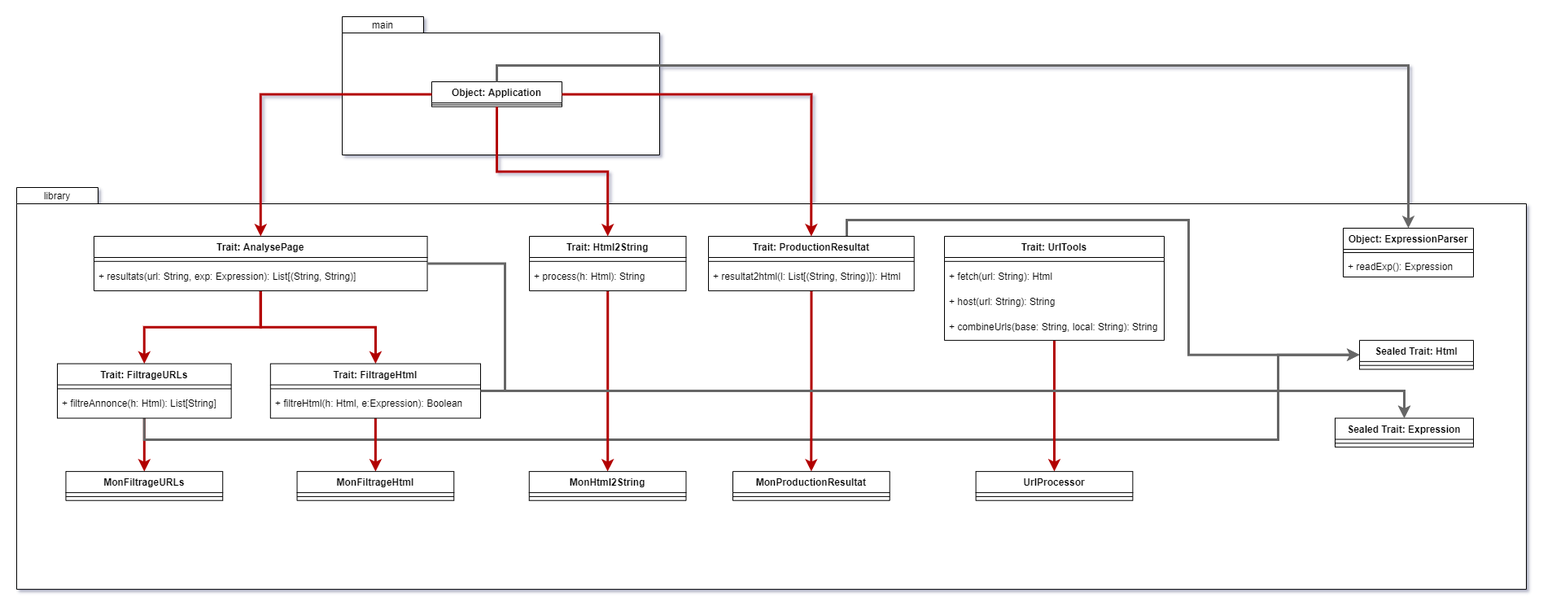
Before: UML.png, a diagram exported from draw.io (CodyAdam/project__classifieds-search). Source tidied: cells renumbered, new cells last; positions are measured from the earlier drawing's top-left corner, leaving out a move shared by most shapes.
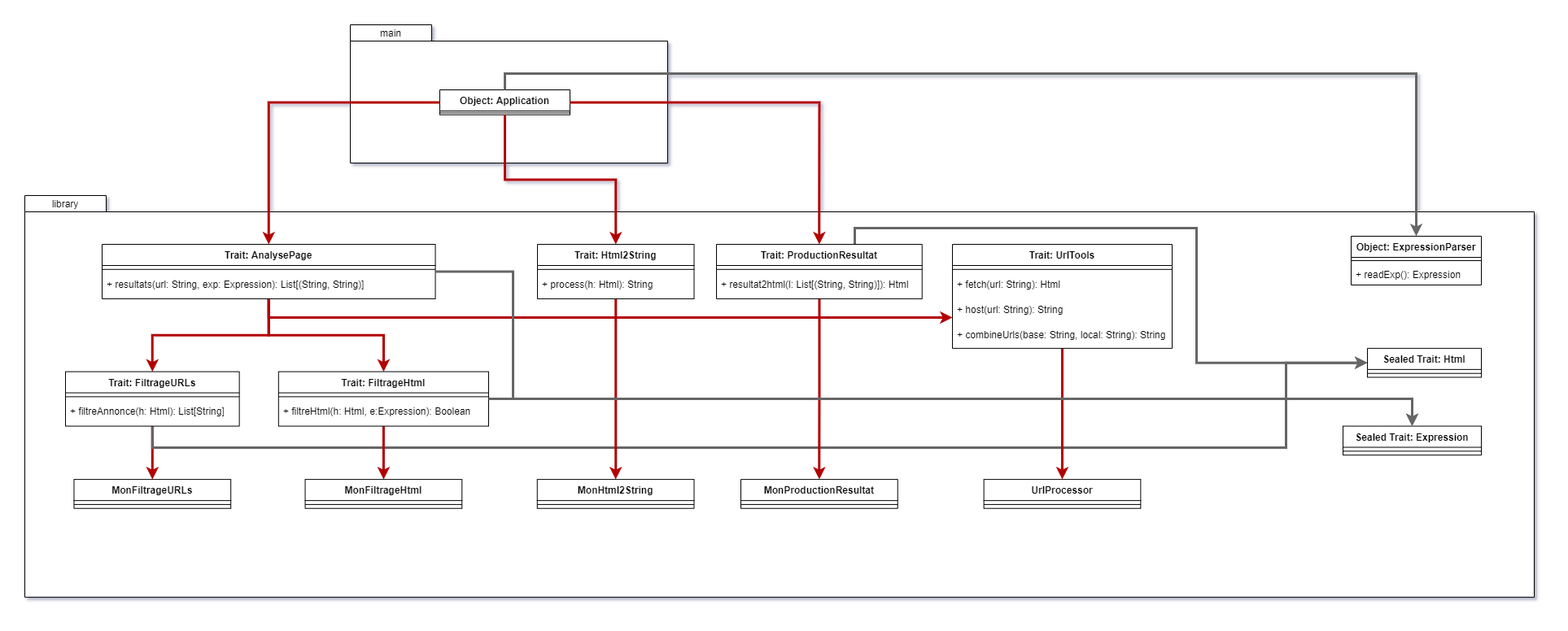
Later version of the same file.

The edit, as a diff of the source:
```diff
@@ -17,6 +17,13 @@
     <mxCell id="6" style="edgeStyle=orthogonalEdgeStyle;rounded=0;jettySize=auto;html=1;strokeWidth=3;fillColor=#e51400;strokeColor=#B20000;" parent="2" edge="1" source="7" target="16">
       <mxGeometry relative="1" as="geometry" />
     </mxCell>
+    <mxCell id="62" style="edgeStyle=orthogonalEdgeStyle;rounded=0;jettySize=auto;html=1;strokeWidth=3;fillColor=#e51400;strokeColor=#B20000;" parent="2" edge="1" source="7" target="44">
+      <mxGeometry relative="1" as="geometry">
+        <Array as="points">
+          <mxPoint x="300" y="150" />
+        </Array>
+      </mxGeometry>
+    </mxCell>
     <mxCell id="7" value="Trait: AnalysePage" style="swimlane;fontStyle=1;align=center;verticalAlign=top;horizontal=1;startSize=26;" parent="2" vertex="1">
       <mxGeometry x="95" y="60" width="409.5" height="67" as="geometry" />
     </mxCell>
```
